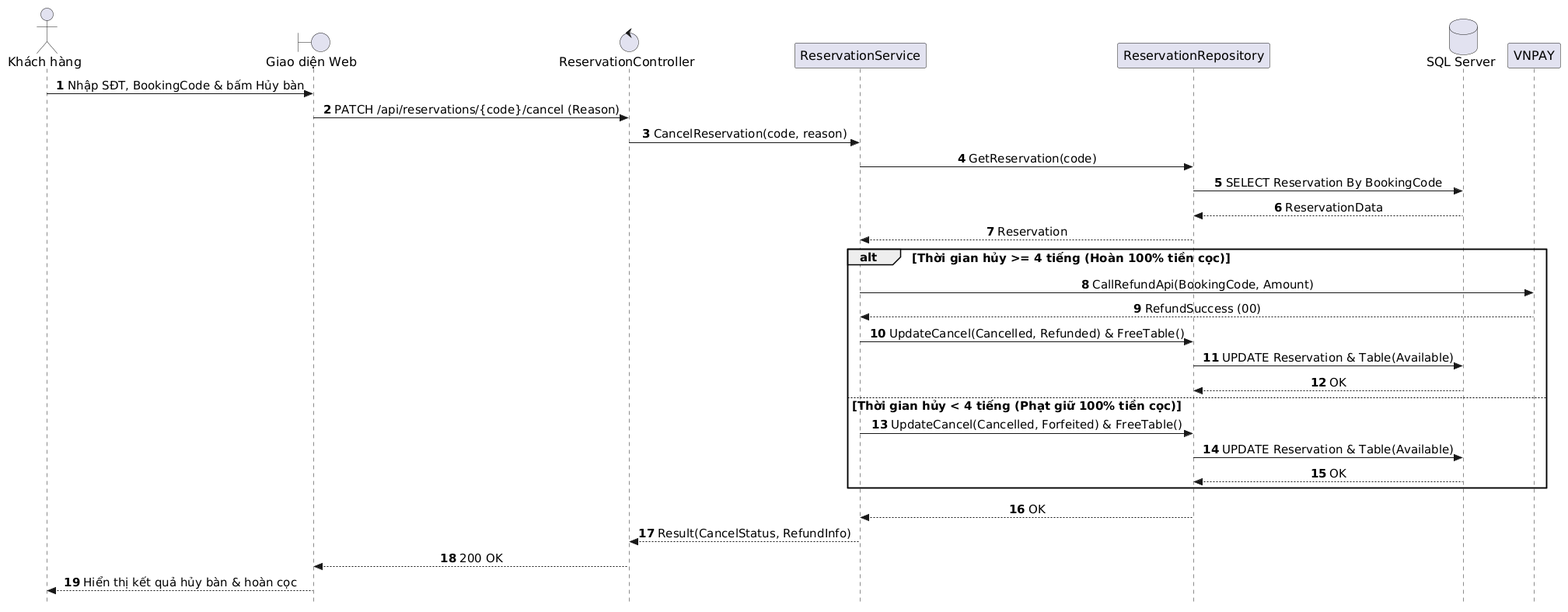
The PlantUML diagram out/docs/puml/sequences/SD_UC_U3_Cancel_Reservation/SD_UC_U3_Cancel_Reservation.png in AndrewQng/VinDining, before a commit. Its diagram source:
```plantuml
@startuml
autonumber
skinparam style strictuml
skinparam sequenceMessageAlign center
skinparam responseMessageBelowArrow true
skinparam defaultFontName "Segoe UI", Arial, sans-serif
skinparam defaultFontSize 16
skinparam sequenceActorFontSize 16
skinparam sequenceParticipantFontSize 16
skinparam sequenceArrowFontSize 15
skinparam sequenceGroupFontSize 15
skinparam sequenceGroupHeaderFontSize 15

actor "Khách hàng" as Guest
boundary "Giao diện Web" as UI
control "ReservationController" as Controller
participant "ReservationService" as Service
participant "ReservationRepository" as Repo
database "SQL Server" as DB
participant "VNPAY" as VNPAY

Guest -> UI: Nhập SĐT, BookingCode & bấm Hủy bàn
UI -> Controller: PATCH /api/reservations/{code}/cancel (Reason)
Controller -> Service: CancelReservation(code, reason)
Service -> Repo: GetReservation(code)
Repo -> DB: SELECT Reservation By BookingCode
DB --> Repo: ReservationData
Repo --> Service: Reservation

alt Thời gian hủy >= 4 tiếng (Hoàn 100% tiền cọc)
    Service -> VNPAY: CallRefundApi(BookingCode, Amount)
    VNPAY --> Service: RefundSuccess (00)
    Service -> Repo: UpdateCancel(Cancelled, Refunded) & FreeTable()
    Repo -> DB: UPDATE Reservation & Table(Available)
    DB --> Repo: OK
else Thời gian hủy < 4 tiếng (Phạt giữ 100% tiền cọc)
    Service -> Repo: UpdateCancel(Cancelled, Forfeited) & FreeTable()
    Repo -> DB: UPDATE Reservation & Table(Available)
    DB --> Repo: OK
end

Repo --> Service: OK
Service --> Controller: Result(CancelStatus, RefundInfo)
Controller --> UI: 200 OK
UI --> Guest: Hiển thị kết quả hủy bàn & hoàn cọc
@enduml
```
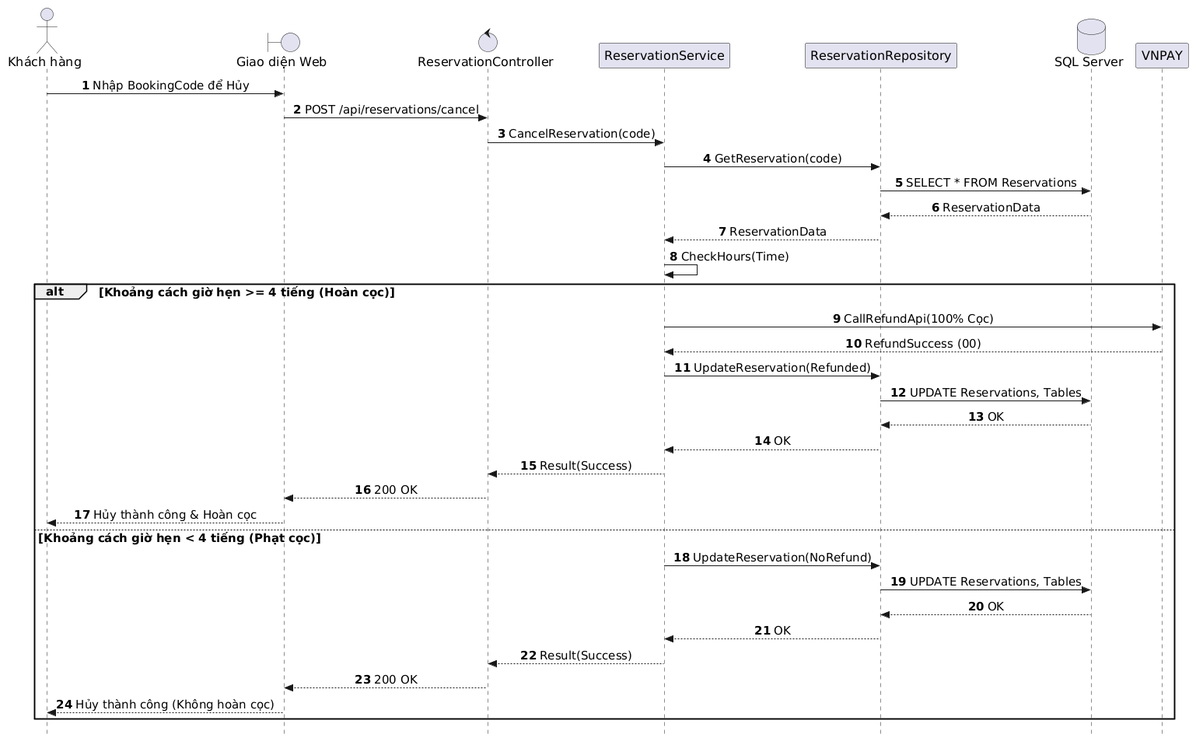
Later version of the same file.

Change to the diagram source:
```diff
@@ -19,28 +19,32 @@
 database "SQL Server" as DB
 participant "VNPAY" as VNPAY
 
-Guest -> UI: Nhập SĐT, BookingCode & bấm Hủy bàn
-UI -> Controller: PATCH /api/reservations/{code}/cancel (Reason)
-Controller -> Service: CancelReservation(code, reason)
+Guest -> UI: Nhập BookingCode để Hủy
+UI -> Controller: POST /api/reservations/cancel
+Controller -> Service: CancelReservation(code)
 Service -> Repo: GetReservation(code)
-Repo -> DB: SELECT Reservation By BookingCode
+Repo -> DB: SELECT * FROM Reservations
 DB --> Repo: ReservationData
-Repo --> Service: Reservation
+Repo --> Service: ReservationData
+Service -> Service: CheckHours(Time)
 
-alt Thời gian hủy >= 4 tiếng (Hoàn 100% tiền cọc)
-    Service -> VNPAY: CallRefundApi(BookingCode, Amount)
+alt Khoảng cách giờ hẹn >= 4 tiếng (Hoàn cọc)
+    Service -> VNPAY: CallRefundApi(100% Cọc)
     VNPAY --> Service: RefundSuccess (00)
-    Service -> Repo: UpdateCancel(Cancelled, Refunded) & FreeTable()
-    Repo -> DB: UPDATE Reservation & Table(Available)
+    Service -> Repo: UpdateReservation(Refunded)
+    Repo -> DB: UPDATE Reservations, Tables
     DB --> Repo: OK
-else Thời gian hủy < 4 tiếng (Phạt giữ 100% tiền cọc)
-    Service -> Repo: UpdateCancel(Cancelled, Forfeited) & FreeTable()
-    Repo -> DB: UPDATE Reservation & Table(Available)
+    Repo --> Service: OK
+    Service --> Controller: Result(Success)
+    Controller --> UI: 200 OK
+    UI --> Guest: Hủy thành công & Hoàn cọc
+else Khoảng cách giờ hẹn < 4 tiếng (Phạt cọc)
+    Service -> Repo: UpdateReservation(NoRefund)
+    Repo -> DB: UPDATE Reservations, Tables
     DB --> Repo: OK
+    Repo --> Service: OK
+    Service --> Controller: Result(Success)
+    Controller --> UI: 200 OK
+    UI --> Guest: Hủy thành công (Không hoàn cọc)
 end
-
-Repo --> Service: OK
-Service --> Controller: Result(CancelStatus, RefundInfo)
-Controller --> UI: 200 OK
-UI --> Guest: Hiển thị kết quả hủy bàn & hoàn cọc
 @enduml
```
